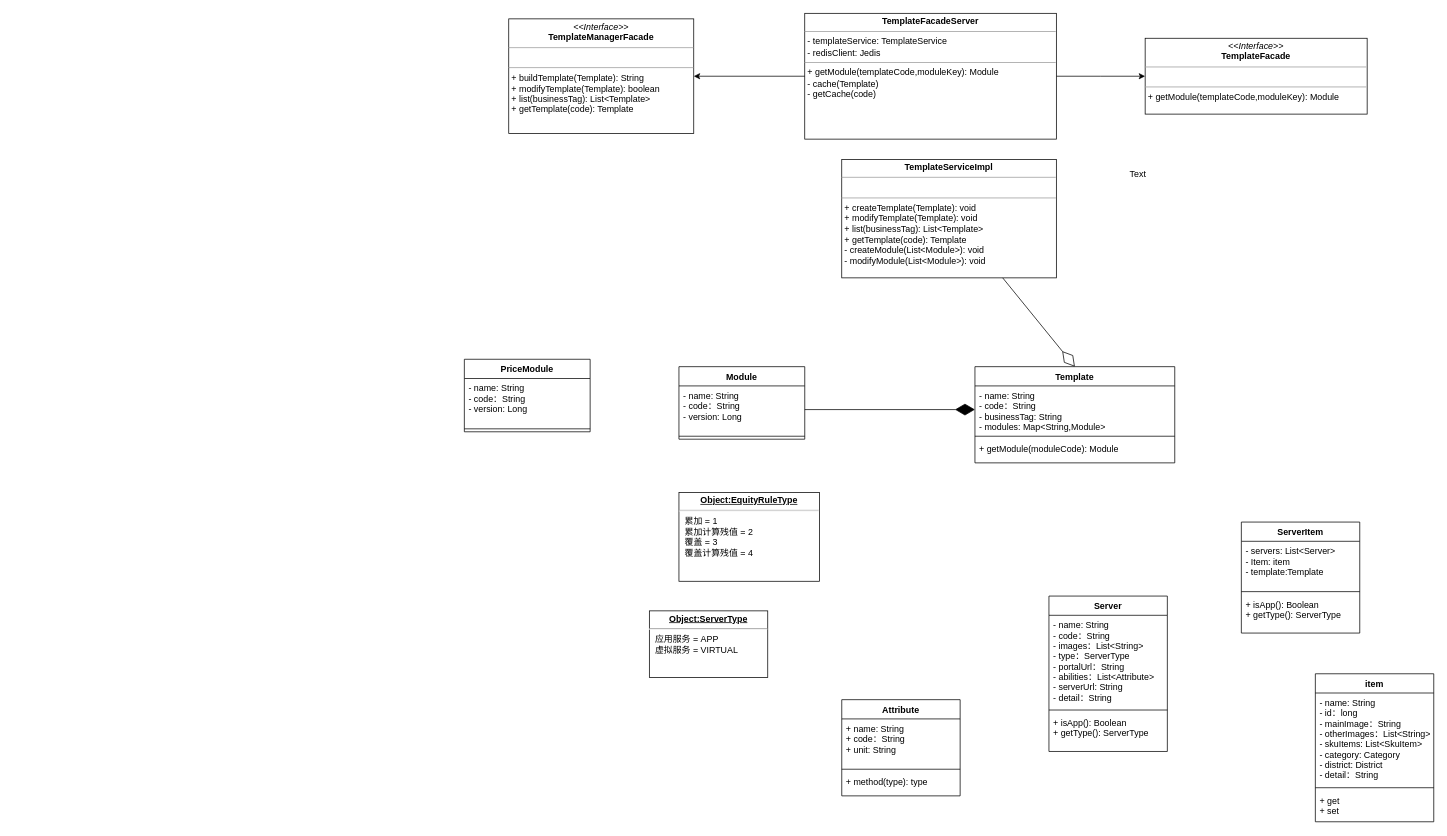
Above: 服务UML.drawio in wylyf3030/draw (draw.io), before the change. Source tidied: cells renumbered, new cells numbered last; positions are measured from the earlier drawing's top-left corner, leaving out a move shared by most shapes. Both pictures are drawn from the tidied source at 74%, with x=0, y=0 at pixel (464, 13).
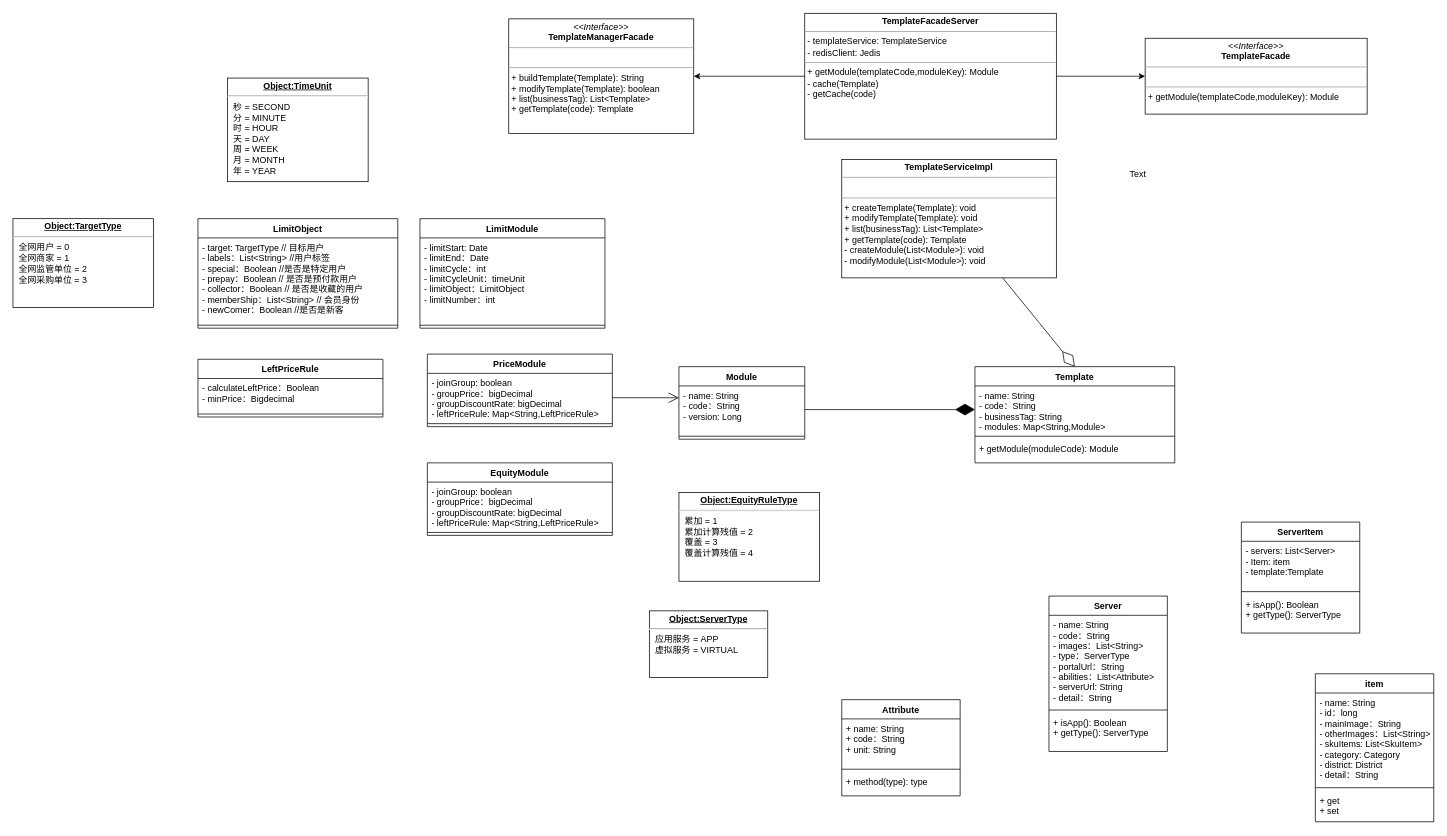
The same diagram, later.

Unchanged cells that the change refers to:
```xml
<mxCell id="31" value="- name: String&#10;- code：String&#10;- version: Long" style="text;strokeColor=none;fillColor=none;align=left;verticalAlign=top;spacingLeft=4;spacingRight=4;overflow=hidden;points=[[0,0.5],[1,0.5]];portConstraint=eastwest;" parent="30" vertex="1">
  <mxGeometry y="26" width="170" height="64" as="geometry" />
</mxCell>
```

Diff of the diagram source:
```diff
@@
     <mxCell id="33" value="PriceModule" style="swimlane;fontStyle=1;align=center;verticalAlign=top;horizontal=1;startSize=26;" parent="1" vertex="1">
-      <mxGeometry y="468" width="170" height="98" as="geometry" />
+      <mxGeometry x="-50" y="461" width="250" height="98" as="geometry" />
     </mxCell>
-    <mxCell id="34" value="- name: String&#10;- code：String&#10;- version: Long" style="text;strokeColor=none;fillColor=none;align=left;verticalAlign=top;spacingLeft=4;spacingRight=4;overflow=hidden;" parent="33" vertex="1">
-      <mxGeometry y="26" width="170" height="64" as="geometry" />
+    <mxCell id="34" value="- joinGroup: boolean&#10;- groupPrice：bigDecimal&#10;- groupDiscountRate: bigDecimal&#10;- leftPriceRule: Map&lt;String,LeftPriceRule&gt;" style="text;strokeColor=none;fillColor=none;align=left;verticalAlign=top;spacingLeft=4;spacingRight=4;overflow=hidden;" parent="33" vertex="1">
+      <mxGeometry y="26" width="250" height="64" as="geometry" />
     </mxCell>
     <mxCell id="35" style="line;strokeWidth=1;fillColor=none;align=left;verticalAlign=middle;spacingTop=-1;spacingLeft=3;spacingRight=3;labelPosition=right;" parent="33" vertex="1">
-      <mxGeometry y="90" width="170" height="8" as="geometry" />
+      <mxGeometry y="90" width="250" height="8" as="geometry" />
     </mxCell>
@@
+    <mxCell id="39" value="LeftPriceRule" style="swimlane;fontStyle=1;align=center;verticalAlign=top;horizontal=1;startSize=26;" parent="1" vertex="1">
+      <mxGeometry x="-360" y="468" width="250" height="78" as="geometry" />
+    </mxCell>
+    <mxCell id="40" value="- calculateLeftPrice：Boolean&#10;- minPrice：Bigdecimal" style="text;strokeColor=none;fillColor=none;align=left;verticalAlign=top;spacingLeft=4;spacingRight=4;overflow=hidden;" parent="39" vertex="1">
+      <mxGeometry y="26" width="250" height="44" as="geometry" />
+    </mxCell>
+    <mxCell id="41" style="line;strokeWidth=1;fillColor=none;align=left;verticalAlign=middle;spacingTop=-1;spacingLeft=3;spacingRight=3;labelPosition=right;" parent="39" vertex="1">
+      <mxGeometry y="70" width="250" height="8" as="geometry" />
+    </mxCell>
+    <mxCell id="42" style="endArrow=open;endFill=1;endSize=12;html=1;entryX=0;entryY=0.25;entryDx=0;entryDy=0;entryPerimeter=0;" parent="1" edge="1" target="31">
+      <mxGeometry relative="1" as="geometry">
+        <mxPoint x="200" y="520" as="sourcePoint" />
+      </mxGeometry>
+    </mxCell>
+    <mxCell id="43" value="LimitModule" style="swimlane;fontStyle=1;align=center;verticalAlign=top;horizontal=1;startSize=26;" parent="1" vertex="1">
+      <mxGeometry x="-60" y="278" width="250" height="148" as="geometry" />
+    </mxCell>
+    <mxCell id="44" value="- limitStart: Date&#10;- limitEnd：Date&#10;- limitCycle：int&#10;- limitCycleUnit：timeUnit&#10;- limitObject：LimitObject&#10;- limitNumber：int" style="text;strokeColor=none;fillColor=none;align=left;verticalAlign=top;spacingLeft=4;spacingRight=4;overflow=hidden;" parent="43" vertex="1">
+      <mxGeometry y="26" width="250" height="114" as="geometry" />
+    </mxCell>
+    <mxCell id="45" style="line;strokeWidth=1;fillColor=none;align=left;verticalAlign=middle;spacingTop=-1;spacingLeft=3;spacingRight=3;labelPosition=right;" parent="43" vertex="1">
+      <mxGeometry y="140" width="250" height="8" as="geometry" />
+    </mxCell>
+    <mxCell id="46" value="LimitObject" style="swimlane;fontStyle=1;align=center;verticalAlign=top;horizontal=1;startSize=26;" parent="1" vertex="1">
+      <mxGeometry x="-360" y="278" width="270" height="148" as="geometry" />
+    </mxCell>
+    <mxCell id="47" value="- target: TargetType // 目标用户&#10;- labels：List&lt;String&gt; //用户标签&#10;- special：Boolean //是否是特定用户&#10;- prepay：Boolean // 是否是预付款用户&#10;- collector：Boolean // 是否是收藏的用户&#10;- memberShip：List&lt;String&gt; // 会员身份&#10;- newComer：Boolean //是否是新客" style="text;strokeColor=none;fillColor=none;align=left;verticalAlign=top;spacingLeft=4;spacingRight=4;overflow=hidden;" parent="46" vertex="1">
+      <mxGeometry y="26" width="270" height="114" as="geometry" />
+    </mxCell>
+    <mxCell id="48" style="line;strokeWidth=1;fillColor=none;align=left;verticalAlign=middle;spacingTop=-1;spacingLeft=3;spacingRight=3;labelPosition=right;" parent="46" vertex="1">
+      <mxGeometry y="140" width="270" height="8" as="geometry" />
+    </mxCell>
+    <mxCell id="49" value="&lt;p style=&quot;margin: 0px ; margin-top: 4px ; text-align: center ; text-decoration: underline&quot;&gt;&lt;b&gt;Object:TargetType&lt;/b&gt;&lt;/p&gt;&lt;hr&gt;&lt;p style=&quot;margin: 0px ; margin-left: 8px&quot;&gt;全网用户 = 0&lt;br&gt;全网商家 = 1&lt;/p&gt;&lt;p style=&quot;margin: 0px ; margin-left: 8px&quot;&gt;全网监管单位 = 2&lt;/p&gt;&lt;p style=&quot;margin: 0px ; margin-left: 8px&quot;&gt;全网采购单位 = 3&lt;/p&gt;" style="verticalAlign=top;align=left;overflow=fill;fontSize=12;fontFamily=Helvetica;html=1;" parent="1" vertex="1">
+      <mxGeometry x="-610" y="278" width="190" height="120" as="geometry" />
+    </mxCell>
+    <mxCell id="50" value="EquityModule" style="swimlane;fontStyle=1;align=center;verticalAlign=top;horizontal=1;startSize=26;" parent="1" vertex="1">
+      <mxGeometry x="-50" y="608" width="250" height="98" as="geometry" />
+    </mxCell>
+    <mxCell id="51" value="- joinGroup: boolean&#10;- groupPrice：bigDecimal&#10;- groupDiscountRate: bigDecimal&#10;- leftPriceRule: Map&lt;String,LeftPriceRule&gt;" style="text;strokeColor=none;fillColor=none;align=left;verticalAlign=top;spacingLeft=4;spacingRight=4;overflow=hidden;" parent="50" vertex="1">
+      <mxGeometry y="26" width="250" height="64" as="geometry" />
+    </mxCell>
+    <mxCell id="52" style="line;strokeWidth=1;fillColor=none;align=left;verticalAlign=middle;spacingTop=-1;spacingLeft=3;spacingRight=3;labelPosition=right;" parent="50" vertex="1">
+      <mxGeometry y="90" width="250" height="8" as="geometry" />
+    </mxCell>
+    <mxCell id="53" value="&lt;p style=&quot;margin: 0px ; margin-top: 4px ; text-align: center ; text-decoration: underline&quot;&gt;&lt;b&gt;Object:TimeUnit&lt;/b&gt;&lt;/p&gt;&lt;hr&gt;&lt;p style=&quot;margin: 0px ; margin-left: 8px&quot;&gt;秒 = SECOND&lt;br&gt;分 = MINUTE&lt;/p&gt;&lt;p style=&quot;margin: 0px ; margin-left: 8px&quot;&gt;时 = HOUR&lt;/p&gt;&lt;p style=&quot;margin: 0px ; margin-left: 8px&quot;&gt;天 = DAY&lt;/p&gt;&lt;p style=&quot;margin: 0px ; margin-left: 8px&quot;&gt;周 = WEEK&lt;/p&gt;&lt;p style=&quot;margin: 0px ; margin-left: 8px&quot;&gt;月 = MONTH&lt;/p&gt;&lt;p style=&quot;margin: 0px ; margin-left: 8px&quot;&gt;年 = YEAR&lt;/p&gt;" style="verticalAlign=top;align=left;overflow=fill;fontSize=12;fontFamily=Helvetica;html=1;" parent="1" vertex="1">
+      <mxGeometry x="-320" y="88" width="190" height="140" as="geometry" />
+    </mxCell>
```
